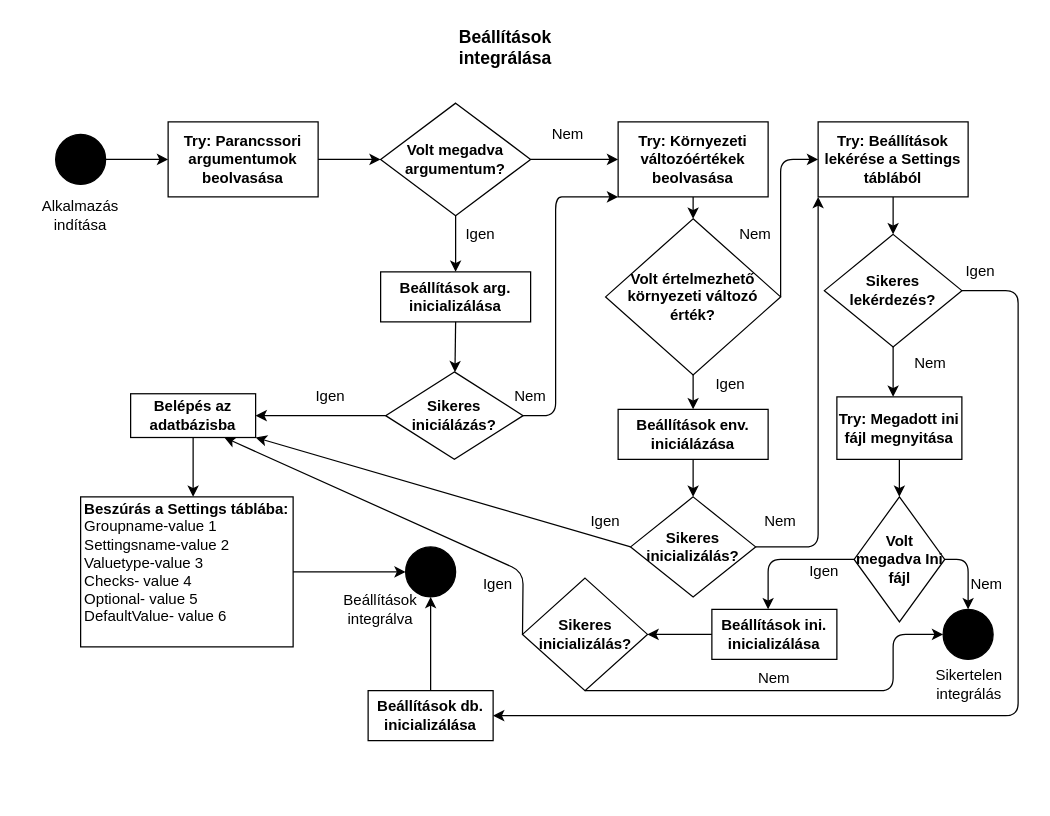
Earlier version of the draw.io diagram Settings_integration.drawio (HabanAndras/Gepi-latas). Source tidied: cells renumbered, new cells numbered last; positions are measured from the earlier drawing's top-left corner, leaving out a move shared by most shapes. Both pictures are drawn from the tidied source at 125%, with x=0, y=0 at pixel (30, 21).
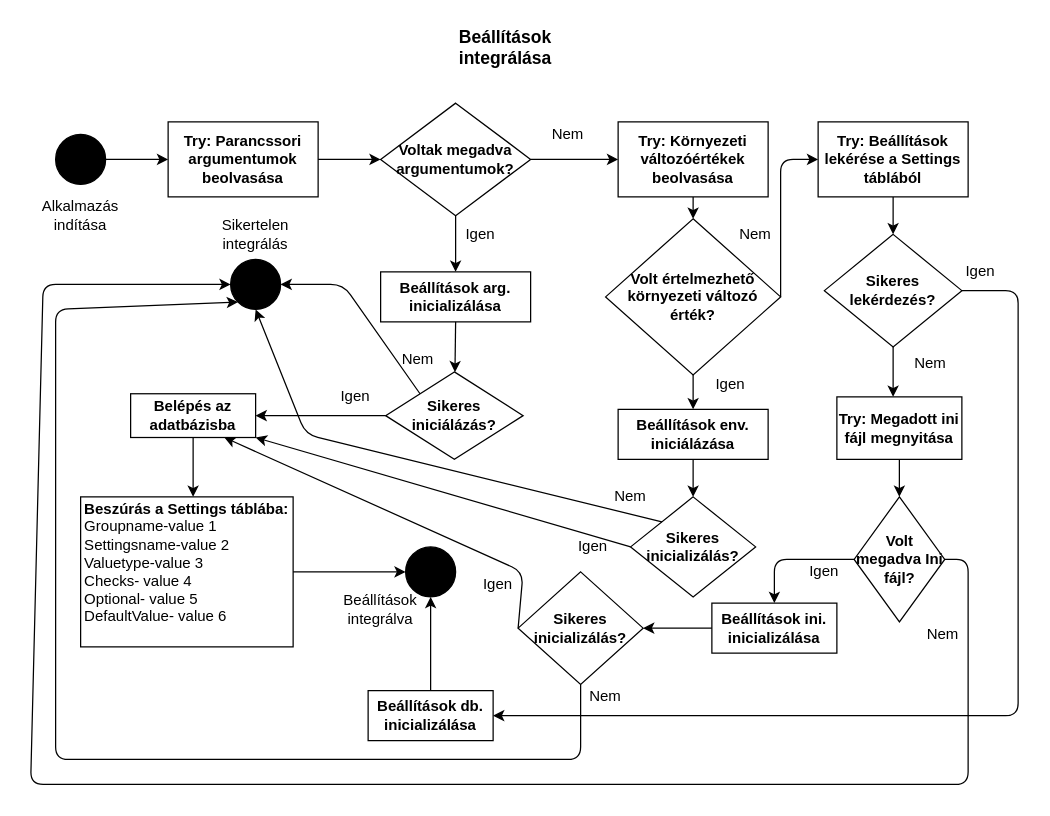
Above is the later version.

The change refers to these unchanged cells:
```xml
<mxCell id="13" value="&lt;b&gt;Sikeres iniciálázás?&lt;br&gt;&lt;/b&gt;" style="rhombus;whiteSpace=wrap;html=1;fillColor=#FFFFFF;" parent="1" vertex="1">
  <mxGeometry x="284" y="280" width="110" height="70" as="geometry" />
</mxCell>
<mxCell id="24" value="&lt;b&gt;Try: Környezeti változóértékek beolvasása&lt;br&gt;&lt;/b&gt;" style="rounded=0;whiteSpace=wrap;html=1;fillColor=#FFFFFF;" parent="1" vertex="1">
  <mxGeometry x="470" y="80" width="120" height="60" as="geometry" />
</mxCell>
<mxCell id="33" value="&lt;b&gt;Sikeres inicializálás?&lt;br&gt;&lt;/b&gt;" style="rhombus;whiteSpace=wrap;html=1;fillColor=#FFFFFF;" parent="1" vertex="1">
  <mxGeometry x="480" y="380" width="100" height="80" as="geometry" />
</mxCell>
<mxCell id="36" value="&lt;b&gt;Try: Beállítások lekérése a Settings táblából&lt;br&gt;&lt;/b&gt;" style="rounded=0;whiteSpace=wrap;html=1;fillColor=#FFFFFF;" parent="1" vertex="1">
  <mxGeometry x="630" y="80" width="120" height="60" as="geometry" />
</mxCell>
```

The edit, as a diff of the source:
```diff
@@
-    <mxCell id="8" value="&lt;b&gt;Volt megadva argumentum?&lt;/b&gt;" style="rhombus;whiteSpace=wrap;html=1;fillColor=#FFFFFF;" parent="1" vertex="1">
+    <mxCell id="8" value="&lt;b&gt;Voltak megadva argumentumok?&lt;/b&gt;" style="rhombus;whiteSpace=wrap;html=1;fillColor=#FFFFFF;" parent="1" vertex="1">
       <mxGeometry x="280" y="65" width="120" height="90" as="geometry" />
     </mxCell>
@@
     <mxCell id="14" value="Igen" style="text;html=1;strokeColor=none;fillColor=none;align=center;verticalAlign=middle;whiteSpace=wrap;rounded=0;" parent="1" vertex="1">
-      <mxGeometry x="220" y="290" width="40" height="20" as="geometry" />
+      <mxGeometry x="240" y="290" width="40" height="20" as="geometry" />
     </mxCell>
@@
-    <mxCell id="27" style="endArrow=classic;html=1;exitX=1;exitY=0.5;exitDx=0;exitDy=0;entryX=0;entryY=1;entryDx=0;entryDy=0;" parent="1" edge="1" source="13" target="24">
-      <mxGeometry relative="1" as="geometry">
-        <Array as="points">
-          <mxPoint x="420" y="315" />
-          <mxPoint x="420" y="210" />
-          <mxPoint x="420" y="140" />
-          <mxPoint x="430" y="140" />
-        </Array>
-      </mxGeometry>
-    </mxCell>
-    <mxCell id="28" value="Nem" style="text;html=1;strokeColor=none;fillColor=none;align=center;verticalAlign=middle;whiteSpace=wrap;rounded=0;" parent="1" vertex="1">
-      <mxGeometry x="380" y="290" width="40" height="20" as="geometry" />
-    </mxCell>
@@
     <mxCell id="35" value="Igen" style="text;html=1;strokeColor=none;fillColor=none;align=center;verticalAlign=middle;whiteSpace=wrap;rounded=0;" parent="1" vertex="1">
-      <mxGeometry x="440" y="390" width="40" height="20" as="geometry" />
+      <mxGeometry x="430" y="410" width="40" height="20" as="geometry" />
     </mxCell>
@@
-    <mxCell id="39" style="endArrow=classic;html=1;exitX=1;exitY=0.5;exitDx=0;exitDy=0;entryX=0;entryY=1;entryDx=0;entryDy=0;" parent="1" edge="1" source="33" target="36">
-      <mxGeometry relative="1" as="geometry">
-        <Array as="points">
-          <mxPoint x="630" y="420" />
-        </Array>
-      </mxGeometry>
-    </mxCell>
-    <mxCell id="40" value="Nem" style="text;html=1;strokeColor=none;fillColor=none;align=center;verticalAlign=middle;whiteSpace=wrap;rounded=0;" parent="1" vertex="1">
-      <mxGeometry x="580" y="390" width="40" height="20" as="geometry" />
-    </mxCell>
@@
-    <mxCell id="48" value="&lt;b&gt;Volt megadva Ini fájl&lt;br&gt;&lt;/b&gt;" style="rhombus;whiteSpace=wrap;html=1;fillColor=#FFFFFF;" parent="1" vertex="1">
+    <mxCell id="48" value="&lt;b&gt;Volt megadva Ini fájl?&lt;br&gt;&lt;/b&gt;" style="rhombus;whiteSpace=wrap;html=1;fillColor=#FFFFFF;" parent="1" vertex="1">
       <mxGeometry x="658.8" y="380" width="72.5" height="100" as="geometry" />
     </mxCell>
-    <mxCell id="49" style="ellipse;whiteSpace=wrap;html=1;fillColor=#000000;" parent="1" vertex="1">
-      <mxGeometry x="730" y="470" width="40" height="40" as="geometry" />
-    </mxCell>
     <mxCell id="50" value="Sikertelen integrálás" style="text;html=1;strokeColor=none;fillColor=none;align=center;verticalAlign=middle;whiteSpace=wrap;rounded=0;" parent="1" vertex="1">
-      <mxGeometry x="731.2" y="520" width="40" height="20" as="geometry" />
+      <mxGeometry x="160" y="160" width="40" height="20" as="geometry" />
     </mxCell>
     <mxCell id="51" value="Nem" style="text;html=1;strokeColor=none;fillColor=none;align=center;verticalAlign=middle;whiteSpace=wrap;rounded=0;" parent="1" vertex="1">
-      <mxGeometry x="745" y="440" width="40" height="20" as="geometry" />
+      <mxGeometry x="710" y="480" width="40" height="20" as="geometry" />
     </mxCell>
     <mxCell id="52" value="&lt;b&gt;Beállítások ini. inicializálása&lt;br&gt;&lt;/b&gt;" style="rounded=0;whiteSpace=wrap;html=1;fillColor=#FFFFFF;" parent="1" vertex="1">
-      <mxGeometry x="545" y="470" width="100" height="40" as="geometry" />
+      <mxGeometry x="545" y="465" width="100" height="40" as="geometry" />
     </mxCell>
     <mxCell id="53" value="&lt;b&gt;Sikeres inicializálás?&lt;br&gt;&lt;/b&gt;" style="rhombus;whiteSpace=wrap;html=1;fillColor=#FFFFFF;" parent="1" vertex="1">
-      <mxGeometry x="393.5" y="445" width="100" height="90" as="geometry" />
+      <mxGeometry x="390" y="440" width="100" height="90" as="geometry" />
     </mxCell>
-    <mxCell id="54" style="endArrow=classic;html=1;exitX=1;exitY=0.5;exitDx=0;exitDy=0;entryX=0.5;entryY=0;entryDx=0;entryDy=0;" parent="1" edge="1" source="48" target="49">
+    <mxCell id="54" style="endArrow=classic;html=1;exitX=1;exitY=0.5;exitDx=0;exitDy=0;entryX=0;entryY=0.5;entryDx=0;entryDy=0;" parent="1" edge="1" source="48" target="65">
       <mxGeometry relative="1" as="geometry">
         <Array as="points">
           <mxPoint x="750" y="430" />
+          <mxPoint x="750" y="610" />
+          <mxPoint y="610" />
+          <mxPoint x="10" y="210" />
         </Array>
       </mxGeometry>
     </mxCell>
     <mxCell id="55" value="Nem" style="text;html=1;strokeColor=none;fillColor=none;align=center;verticalAlign=middle;whiteSpace=wrap;rounded=0;" parent="1" vertex="1">
-      <mxGeometry x="575" y="515" width="40" height="20" as="geometry" />
+      <mxGeometry x="440" y="530" width="40" height="20" as="geometry" />
     </mxCell>
@@
-    <mxCell id="59" style="endArrow=classic;html=1;exitX=0.5;exitY=1;exitDx=0;exitDy=0;entryX=0;entryY=0.5;entryDx=0;entryDy=0;" parent="1" edge="1" source="53" target="49">
-      <mxGeometry relative="1" as="geometry">
-        <Array as="points">
-          <mxPoint x="690" y="535" />
-          <mxPoint x="690" y="490" />
-        </Array>
-      </mxGeometry>
-    </mxCell>
-    <mxCell id="60" style="endArrow=classic;html=1;exitX=0;exitY=0.5;exitDx=0;exitDy=0;" parent="1" edge="1" source="48">
-      <mxGeometry relative="1" as="geometry">
-        <mxPoint x="590" y="470" as="targetPoint" />
-        <Array as="points">
-          <mxPoint x="590" y="430" />
-        </Array>
-      </mxGeometry>
-    </mxCell>
@@
+    <mxCell id="65" style="ellipse;whiteSpace=wrap;html=1;fillColor=#000000;" parent="1" vertex="1">
+      <mxGeometry x="160" y="190" width="40" height="40" as="geometry" />
+    </mxCell>
+    <mxCell id="66" style="endArrow=classic;html=1;exitX=0;exitY=0;exitDx=0;exitDy=0;entryX=1;entryY=0.5;entryDx=0;entryDy=0;" parent="1" edge="1" source="13" target="65">
+      <mxGeometry relative="1" as="geometry">
+        <Array as="points">
+          <mxPoint x="250" y="210" />
+        </Array>
+      </mxGeometry>
+    </mxCell>
+    <mxCell id="67" value="Nem" style="text;html=1;strokeColor=none;fillColor=none;align=center;verticalAlign=middle;whiteSpace=wrap;rounded=0;" parent="1" vertex="1">
+      <mxGeometry x="290" y="260" width="40" height="20" as="geometry" />
+    </mxCell>
+    <mxCell id="68" style="endArrow=classic;html=1;exitX=0;exitY=0;exitDx=0;exitDy=0;entryX=0.5;entryY=1;entryDx=0;entryDy=0;" parent="1" edge="1" source="33" target="65">
+      <mxGeometry relative="1" as="geometry">
+        <Array as="points">
+          <mxPoint x="220" y="330" />
+        </Array>
+      </mxGeometry>
+    </mxCell>
+    <mxCell id="69" value="Nem" style="text;html=1;strokeColor=none;fillColor=none;align=center;verticalAlign=middle;whiteSpace=wrap;rounded=0;" parent="1" vertex="1">
+      <mxGeometry x="460" y="370" width="40" height="20" as="geometry" />
+    </mxCell>
+    <mxCell id="70" style="endArrow=classic;html=1;exitX=0.5;exitY=1;exitDx=0;exitDy=0;entryX=0;entryY=1;entryDx=0;entryDy=0;" parent="1" edge="1" source="53" target="65">
+      <mxGeometry relative="1" as="geometry">
+        <Array as="points">
+          <mxPoint x="440" y="590" />
+          <mxPoint x="20" y="590" />
+          <mxPoint x="20" y="230" />
+        </Array>
+      </mxGeometry>
+    </mxCell>
+    <mxCell id="71" style="endArrow=classic;html=1;entryX=0.5;entryY=0;entryDx=0;entryDy=0;" parent="1" edge="1" target="52">
+      <mxGeometry relative="1" as="geometry">
+        <mxPoint x="659" y="430" as="sourcePoint" />
+        <Array as="points">
+          <mxPoint x="595" y="430" />
+        </Array>
+      </mxGeometry>
+    </mxCell>
```
